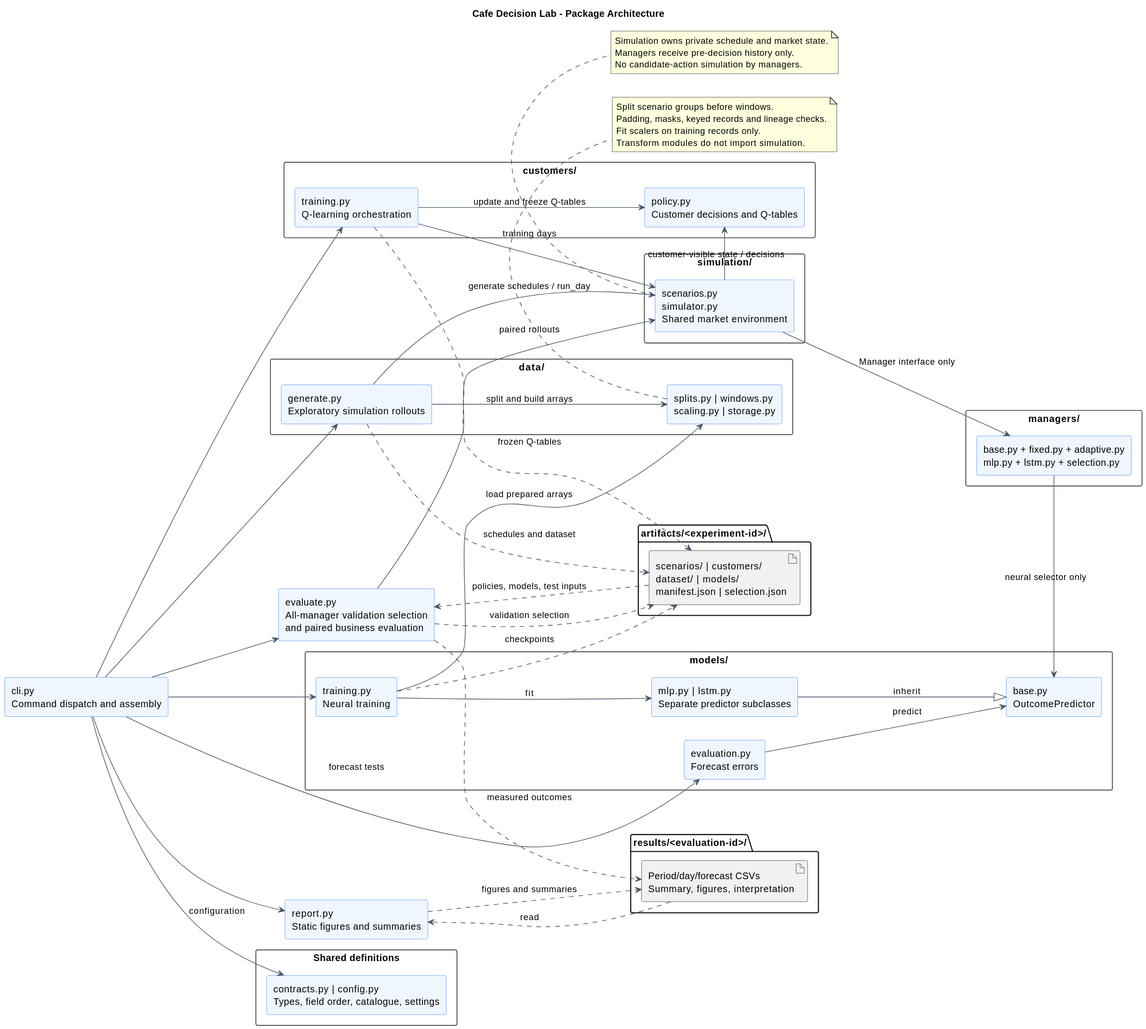
This is docs/architecture/diagrams/rendered/cafe_architecture.svg from enzo-dosanjos/cafe-decision-lab, a PlantUML export, as it was before one commit. Its diagram source:
```plantuml
@startuml
title Cafe Decision Lab - Package Architecture
left to right direction
skinparam componentStyle rectangle
skinparam shadowing false
skinparam defaultFontName SansSerif
skinparam packageStyle rectangle
skinparam componentBackgroundColor #EFF6FF
skinparam componentBorderColor #3B82F6
skinparam ArrowColor #475569

component "cli.py\nCommand dispatch and assembly" as CLI
package "simulation/" {
  component "scenarios.py\nsimulator.py\nShared market environment" as Simulation
}
package "customers/" {
  component "policy.py\nCustomer decisions and Q-tables" as Customers
  component "training.py\nQ-learning orchestration" as CustomerTrain
}
package "managers/" {
  component "base.py + fixed.py + adaptive.py\nmlp.py + lstm.py + selection.py" as Managers
}
package "data/" {
  component "generate.py\nExploratory simulation rollouts" as Generate
  component "splits.py | windows.py\nscaling.py | storage.py" as Prepare
}
package "models/" {
  component "base.py\nOutcomePredictor" as Predictor
  component "mlp.py | lstm.py\nSeparate predictor subclasses" as Predictors
  component "training.py\nNeural training" as Train
  component "evaluation.py\nForecast errors" as Forecast
}
component "evaluate.py\nAll-manager validation selection\nand paired business evaluation" as Evaluate
component "report.py\nStatic figures and summaries" as Report
package "Shared definitions" {
  component "contracts.py | config.py\nTypes, field order, catalogue, settings" as Shared
}
folder "artifacts/<experiment-id>/" as Artifacts {
  artifact "scenarios/ | customers/\ndataset/ | models/\nmanifest.json | selection.json" as Saved
}
folder "results/<evaluation-id>/" as Results {
  artifact "Period/day/forecast CSVs\nSummary, figures, interpretation" as Output
}

CLI --> CustomerTrain
CLI --> Generate
CLI --> Train
CLI --> Evaluate
CLI --> Report
CLI --> Shared : configuration
CustomerTrain --> Simulation : training days
Simulation --> Managers : Manager interface only
Simulation --> Customers : customer-visible state / decisions
CustomerTrain --> Customers : update and freeze Q-tables
Managers --> Predictor : neural selector only
Predictors --|> Predictor : inherit
Generate --> Simulation : generate schedules / run_day
Generate --> Prepare : split and build arrays
Train --> Predictors : fit
Train --> Prepare : load prepared arrays
Forecast --> Predictor : predict
Evaluate --> Simulation : paired rollouts
CLI --> Forecast : forecast tests

Generate ..> Saved : schedules and dataset
CustomerTrain ..> Saved : frozen Q-tables
Train ..> Saved : checkpoints
Saved ..> Evaluate : policies, models, test inputs
Evaluate ..> Saved : validation selection
Evaluate ..> Output : measured outcomes
Output ..> Report : read
Report ..> Output : figures and summaries

note bottom of Simulation
  Simulation owns private schedule and market state.
  Managers receive pre-decision history only.
  No candidate-action simulation by managers.
end note
note bottom of Prepare
  Split scenario groups before windows.
  Padding, masks, keyed records and lineage checks.
  Fit scalers on training records only.
  Transform modules do not import simulation.
end note
@enduml
```
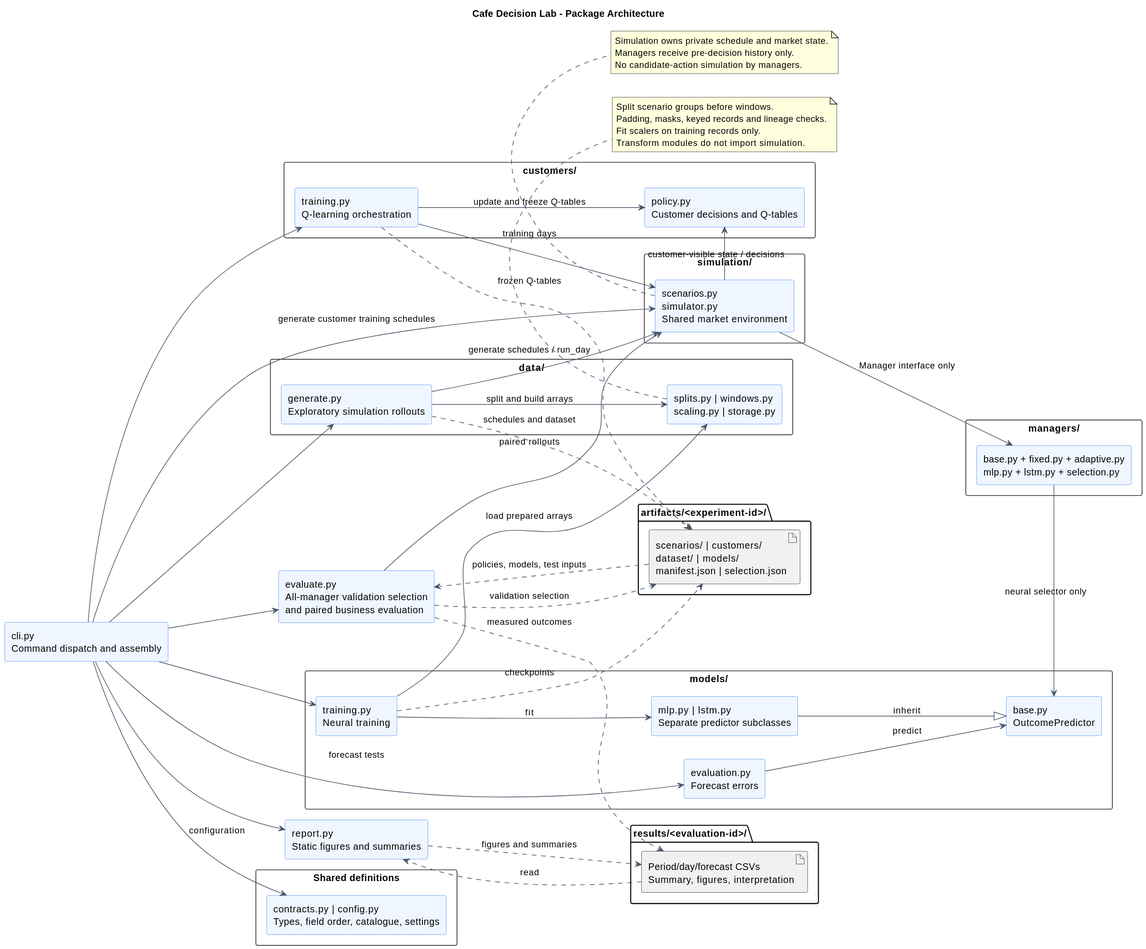
The same file after the commit.

Commit message:
[Feat] train and validate frozen customer policies (#2)

What changed in the source:
```diff
@@ -43,6 +43,7 @@
 }
 
 CLI --> CustomerTrain
+CLI --> Simulation : generate customer training schedules
 CLI --> Generate
 CLI --> Train
 CLI --> Evaluate
```
